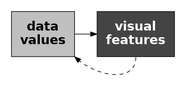
Earlier version of the Graphviz export Diagrams/data-vis-decode.png (pmur002/hdvw). Its source is kept beside it as Diagrams/data-vis-decode.dot. Its diagram source:
```dot
digraph {
  graph [ rankdir=LR; margin=.2; nodesep=.5 ];
  node [ fontsize=20; fontname="sans bold"; margin=.2 ];
  data [ label="data\nvalues"; shape=box; style=filled; fillcolor=gray ]
  vis [ label="visual\nfeatures"; shape=box;
        style=filled; fillcolor="#444444"; fontcolor=white ]
  data -> vis
  vis:s -> data:se [ style="dashed" ]
}
```
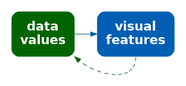
The same file after the commit.

Diff of the diagram source:
```diff
@@ -1,9 +1,9 @@
 digraph {
   graph [ rankdir=LR; margin=.2; nodesep=.5 ];
   node [ fontsize=20; fontname="sans bold"; margin=.2 ];
-  data [ label="data\nvalues"; shape=box; style=filled; fillcolor=gray ]
+  data [ label="data\nvalues"; shape=box; style="filled, rounded"; penwidth=0; fontcolor=white; fillcolor="#006400" ]
   vis [ label="visual\nfeatures"; shape=box;
-        style=filled; fillcolor="#444444"; fontcolor=white ]
-  data -> vis
-  vis:s -> data:se [ style="dashed" ]
+     style="filled, rounded"; penwidth=0; fontcolor=white; fillcolor="#005FB2" ]
+  data -> vis [ color="#006400;0.1:#006314;0.1:#006328;0.1:#00623B;0.1:#00624F;0.1:#006163;0.1:#006177;0.1:#00608A;0.1:#00609E;0.1:#005FB2;0.1" ]
+  vis:s -> data:se [ style="dashed", color="#005FB2;0.1:#00609E;0.1:#00608A;0.1:#006177;0.1:#006163;0.1:#00624F;0.1:#00623B;0.1:#006328;0.1:#006314;0.1:#006400;0.1" ]
 }
```
